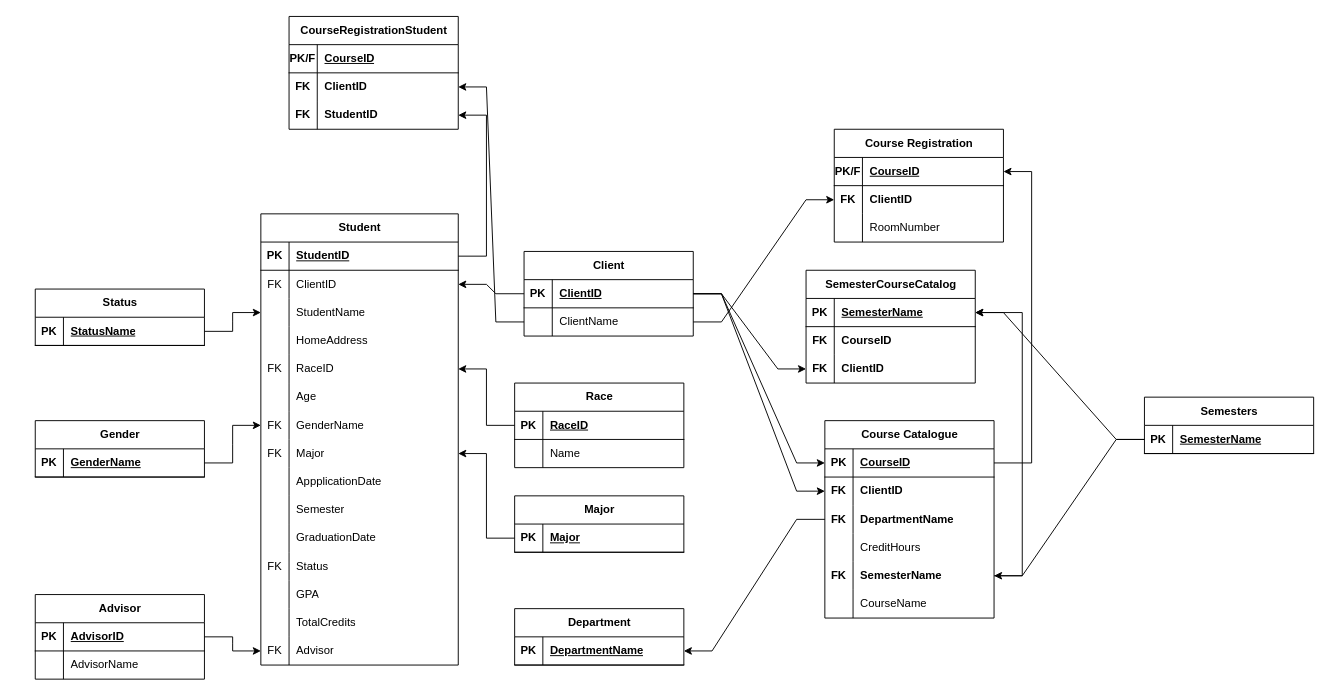
This is Project 4.drawio from dkim28/dkim28, a draw.io file, before an edit. Source tidied: cells renumbered, new cells numbered last; positions are measured from the earlier drawing's top-left corner, leaving out a move shared by most shapes. Both pictures are drawn from the tidied source at 94%, with x=0, y=0 at pixel (35, 16).
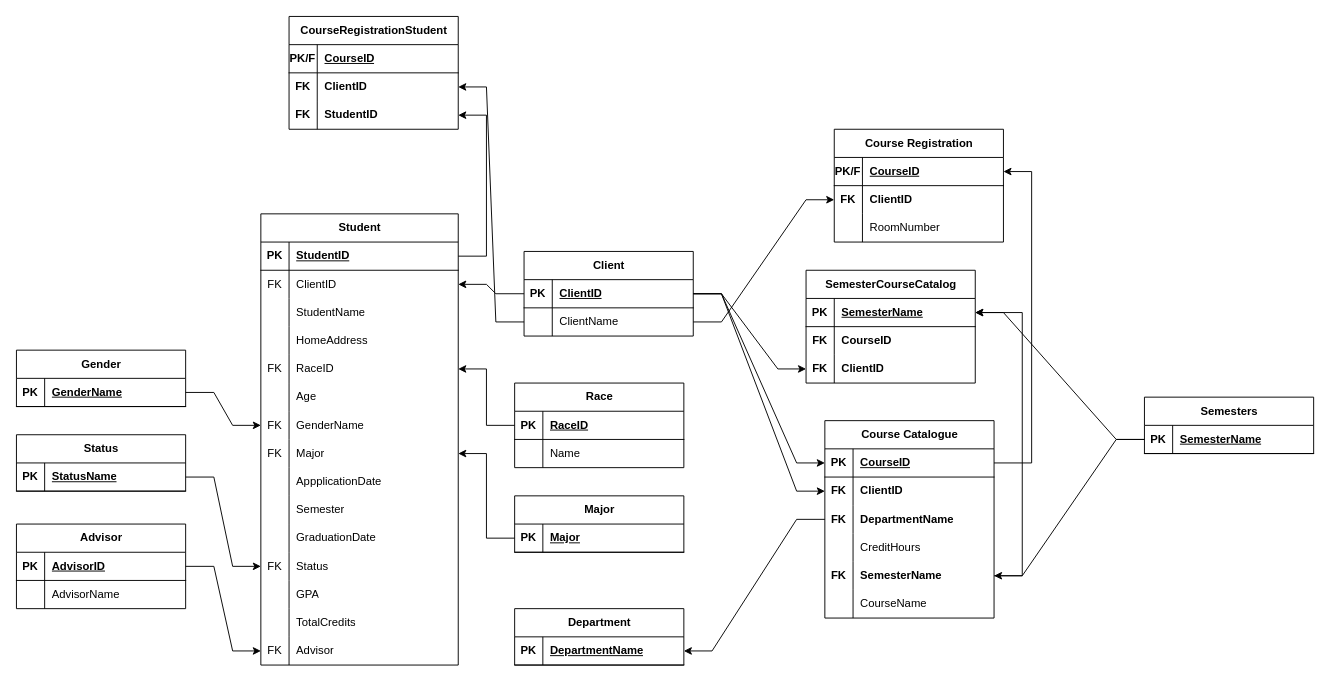
Above is the later version.

Unchanged cells that the change refers to:
```xml
<mxCell id="9" style="shape=tableRow;horizontal=0;startSize=0;swimlaneHead=0;swimlaneBody=0;fillColor=none;points=[[0,0.5],[1,0.5]];portConstraint=eastwest;top=0;left=0;right=0;bottom=0;" parent="2" vertex="1">
  <mxGeometry y="90" width="210" height="30" as="geometry" />
</mxCell>
<mxCell id="36" style="shape=tableRow;horizontal=0;startSize=0;swimlaneHead=0;swimlaneBody=0;fillColor=none;points=[[0,0.5],[1,0.5]];portConstraint=eastwest;top=0;left=0;right=0;bottom=0;" parent="2" vertex="1">
  <mxGeometry y="360" width="210" height="30" as="geometry" />
</mxCell>
<mxCell id="100" style="shape=tableRow;horizontal=0;startSize=0;swimlaneHead=0;swimlaneBody=0;fillColor=none;points=[[0,0.5],[1,0.5]];portConstraint=eastwest;top=0;left=0;right=0;bottom=1;" parent="99" vertex="1">
  <mxGeometry y="30" width="180" height="30" as="geometry" />
</mxCell>
```

Change to the diagram source:
```diff
@@
     <mxCell id="95" value="Gender" style="shape=table;startSize=30;childLayout=tableLayout;rowLines=0;fontStyle=1;align=center;html=1;" parent="1" vertex="1">
-      <mxGeometry y="430" width="180" height="60" as="geometry" />
+      <mxGeometry x="-20" y="355" width="180" height="60" as="geometry" />
     </mxCell>
@@
     <mxCell id="99" value="Status" style="shape=table;startSize=30;childLayout=tableLayout;rowLines=0;fontStyle=1;align=center;html=1;" parent="1" vertex="1">
-      <mxGeometry y="290" width="180" height="60" as="geometry" />
+      <mxGeometry x="-20" y="445" width="180" height="60" as="geometry" />
     </mxCell>
@@
     <mxCell id="103" value="Advisor" style="shape=table;startSize=30;childLayout=tableLayout;rowLines=0;fontStyle=1;align=center;html=1;" parent="1" vertex="1">
-      <mxGeometry y="615" width="180" height="90" as="geometry" />
+      <mxGeometry x="-20" y="540" width="180" height="90" as="geometry" />
     </mxCell>
@@
-    <mxCell id="114" style="edgeStyle=entityRelationEdgeStyle;fontSize=12;html=1;endArrow=classic;endFill=1;rounded=0;exitX=1;exitY=0.5;exitDx=0;exitDy=0;entryX=0;entryY=0.5;entryDx=0;entryDy=0;" parent="1" edge="1" source="100" target="9">
+    <mxCell id="114" style="edgeStyle=entityRelationEdgeStyle;fontSize=12;html=1;endArrow=classic;endFill=1;rounded=0;exitX=1;exitY=0.5;exitDx=0;exitDy=0;entryX=0;entryY=0.5;entryDx=0;entryDy=0;" parent="1" edge="1" source="100" target="36">
       <mxGeometry relative="1" as="geometry" />
     </mxCell>
```
